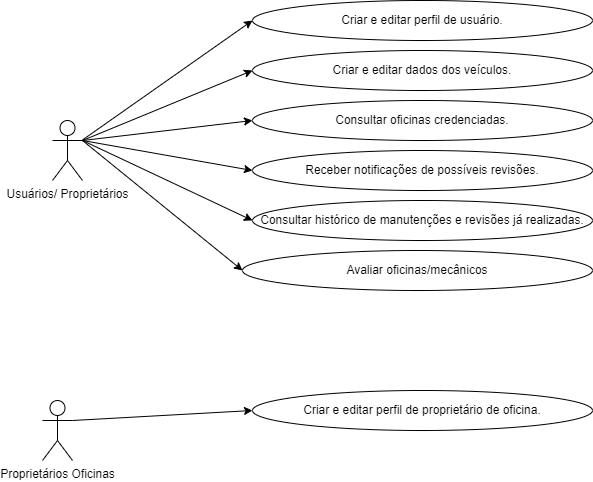
This is docs/img/autoapp.drawio.png from ICEI-PUC-Minas-PMV-ADS/PMV-ADS-2022-2-E3-PROJ-MOV-T1-TIME1-AUTOAPP, a draw.io export, as it was before one commit. Source tidied: cells renumbered, new cells last; positions are measured from the earlier drawing's top-left corner, leaving out a move shared by most shapes.
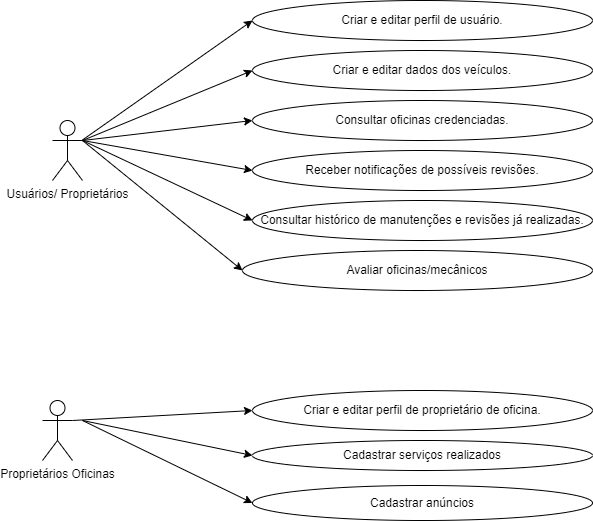
The same diagram one commit later.

What changed in the source:
```diff
@@ -54,5 +54,21 @@
         <mxPoint x="40" y="140" as="sourcePoint" />
       </mxGeometry>
     </mxCell>
+    <mxCell id="18" value="&lt;br&gt;Cadastrar serviços realizados&lt;br&gt;&lt;br&gt;" style="ellipse;whiteSpace=wrap;html=1;" parent="1" vertex="1">
+      <mxGeometry x="210" y="440" width="340" height="30" as="geometry" />
+    </mxCell>
+    <mxCell id="19" style="endArrow=classic;html=1;rounded=0;entryX=0;entryY=0.5;entryDx=0;entryDy=0;" parent="1" edge="1" target="18">
+      <mxGeometry relative="1" as="geometry">
+        <mxPoint x="40" y="420" as="sourcePoint" />
+      </mxGeometry>
+    </mxCell>
+    <mxCell id="20" value="Cadastrar anúncios" style="ellipse;whiteSpace=wrap;html=1;" parent="1" vertex="1">
+      <mxGeometry x="210" y="485" width="340" height="35" as="geometry" />
+    </mxCell>
+    <mxCell id="21" style="endArrow=classic;html=1;rounded=0;entryX=0;entryY=0.5;entryDx=0;entryDy=0;" parent="1" edge="1" target="20">
+      <mxGeometry relative="1" as="geometry">
+        <mxPoint x="40" y="420" as="sourcePoint" />
+      </mxGeometry>
+    </mxCell>
   </root>
 </mxGraphModel>
```
